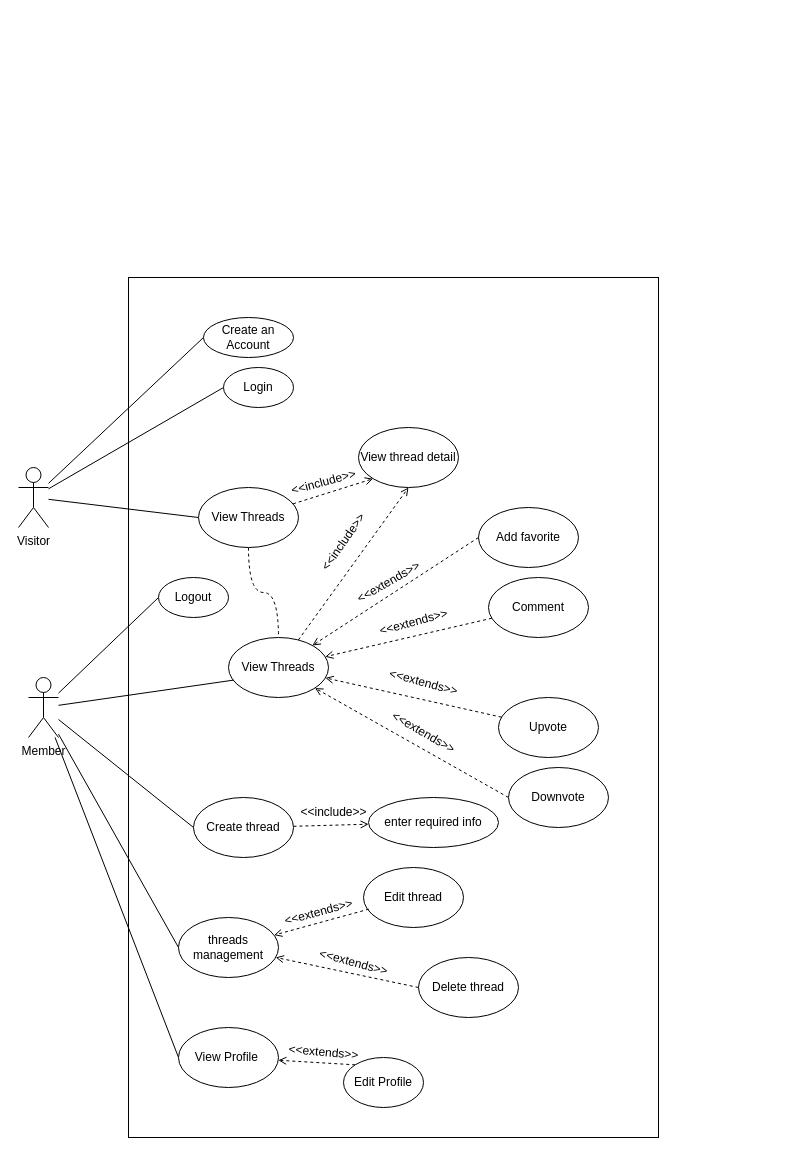
minhduc1222/code_learn keeps this draw.io diagram as Biểu đồ không có tiêu đề4.drawio. Above is the earlier version. Source tidied: cells renumbered, new cells numbered last; positions are measured from the earlier drawing's top-left corner, leaving out a move shared by most shapes. Both pictures are drawn from the tidied source at 100%, with x=0, y=0 at pixel (18, 277).
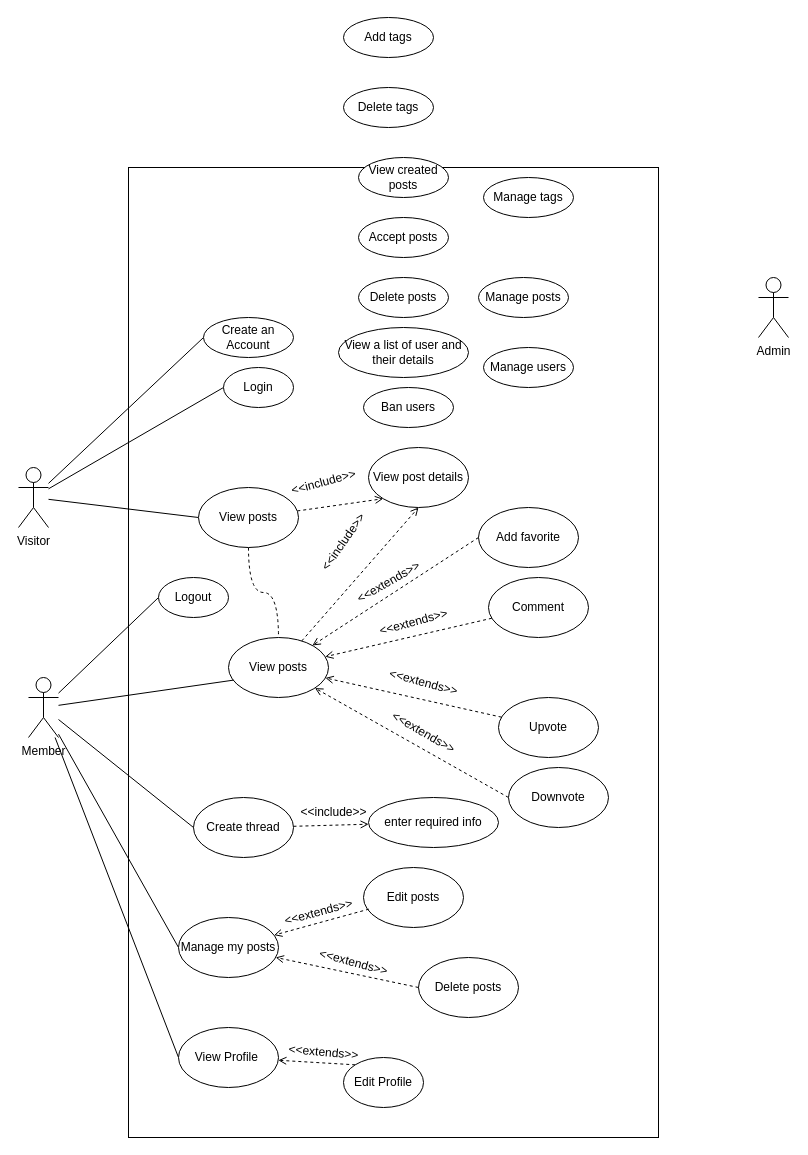
Above is the later version.

Commit message:
Cập nhật Biểu đồ không có tiêu đề4.drawio

The edit, as a diff of the source:
```diff
@@
     <mxCell id="2" style="rounded=0;whiteSpace=wrap;html=1;" parent="1" vertex="1">
-      <mxGeometry x="110" width="530" height="860" as="geometry" />
+      <mxGeometry x="110" y="-110" width="530" height="970" as="geometry" />
     </mxCell>
@@
-    <mxCell id="11" value="View Threads" style="ellipse;whiteSpace=wrap;html=1;" parent="1" vertex="1">
+    <mxCell id="11" value="View posts" style="ellipse;whiteSpace=wrap;html=1;" parent="1" vertex="1">
       <mxGeometry x="180" y="210" width="100" height="60" as="geometry" />
     </mxCell>
@@
-    <mxCell id="18" value="Delete thread" style="ellipse;whiteSpace=wrap;html=1;" parent="1" vertex="1">
+    <mxCell id="18" value="Delete posts" style="ellipse;whiteSpace=wrap;html=1;" parent="1" vertex="1">
       <mxGeometry x="400" y="680" width="100" height="60" as="geometry" />
     </mxCell>
-    <mxCell id="19" value="Edit thread" style="ellipse;whiteSpace=wrap;html=1;" parent="1" vertex="1">
+    <mxCell id="19" value="Edit posts" style="ellipse;whiteSpace=wrap;html=1;" parent="1" vertex="1">
       <mxGeometry x="345" y="590" width="100" height="60" as="geometry" />
     </mxCell>
@@
-    <mxCell id="25" value="View Threads" style="ellipse;whiteSpace=wrap;html=1;" parent="1" vertex="1">
+    <mxCell id="25" value="View posts" style="ellipse;whiteSpace=wrap;html=1;" parent="1" vertex="1">
       <mxGeometry x="210" y="360" width="100" height="60" as="geometry" />
     </mxCell>
-    <mxCell id="26" value="View thread detail" style="ellipse;whiteSpace=wrap;html=1;" parent="1" vertex="1">
-      <mxGeometry x="340" y="150" width="100" height="60" as="geometry" />
+    <mxCell id="26" value="View post details" style="ellipse;whiteSpace=wrap;html=1;" parent="1" vertex="1">
+      <mxGeometry x="350" y="170" width="100" height="60" as="geometry" />
     </mxCell>
@@
-    <mxCell id="35" value="threads management" style="ellipse;whiteSpace=wrap;html=1;" parent="1" vertex="1">
+    <mxCell id="35" value="Manage my posts" style="ellipse;whiteSpace=wrap;html=1;" parent="1" vertex="1">
       <mxGeometry x="160" y="640" width="100" height="60" as="geometry" />
     </mxCell>
@@
+    <mxCell id="51" value="Admin" style="shape=umlActor;verticalLabelPosition=bottom;verticalAlign=top;html=1;" parent="1" vertex="1">
+      <mxGeometry x="740" width="30" height="60" as="geometry" />
+    </mxCell>
+    <mxCell id="52" value="Manage posts" style="ellipse;whiteSpace=wrap;html=1;" parent="1" vertex="1">
+      <mxGeometry x="460" width="90" height="40" as="geometry" />
+    </mxCell>
+    <mxCell id="53" value="Manage users" style="ellipse;whiteSpace=wrap;html=1;" parent="1" vertex="1">
+      <mxGeometry x="465" y="70" width="90" height="40" as="geometry" />
+    </mxCell>
+    <mxCell id="54" value="Manage tags" style="ellipse;whiteSpace=wrap;html=1;" parent="1" vertex="1">
+      <mxGeometry x="465" y="-100" width="90" height="40" as="geometry" />
+    </mxCell>
+    <mxCell id="55" value="Delete posts" style="ellipse;whiteSpace=wrap;html=1;" parent="1" vertex="1">
+      <mxGeometry x="340" width="90" height="40" as="geometry" />
+    </mxCell>
+    <mxCell id="56" value="Add tags" style="ellipse;whiteSpace=wrap;html=1;" parent="1" vertex="1">
+      <mxGeometry x="325" y="-260" width="90" height="40" as="geometry" />
+    </mxCell>
+    <mxCell id="57" value="Delete tags" style="ellipse;whiteSpace=wrap;html=1;" parent="1" vertex="1">
+      <mxGeometry x="325" y="-190" width="90" height="40" as="geometry" />
+    </mxCell>
+    <mxCell id="58" value="Ban users" style="ellipse;whiteSpace=wrap;html=1;" parent="1" vertex="1">
+      <mxGeometry x="345" y="110" width="90" height="40" as="geometry" />
+    </mxCell>
+    <mxCell id="59" value="View created posts" style="ellipse;whiteSpace=wrap;html=1;" parent="1" vertex="1">
+      <mxGeometry x="340" y="-120" width="90" height="40" as="geometry" />
+    </mxCell>
+    <mxCell id="60" value="Accept posts" style="ellipse;whiteSpace=wrap;html=1;" parent="1" vertex="1">
+      <mxGeometry x="340" y="-60" width="90" height="40" as="geometry" />
+    </mxCell>
+    <mxCell id="61" value="View a list of user and their details" style="ellipse;whiteSpace=wrap;html=1;" parent="1" vertex="1">
+      <mxGeometry x="320" y="50" width="130" height="50" as="geometry" />
+    </mxCell>
```
